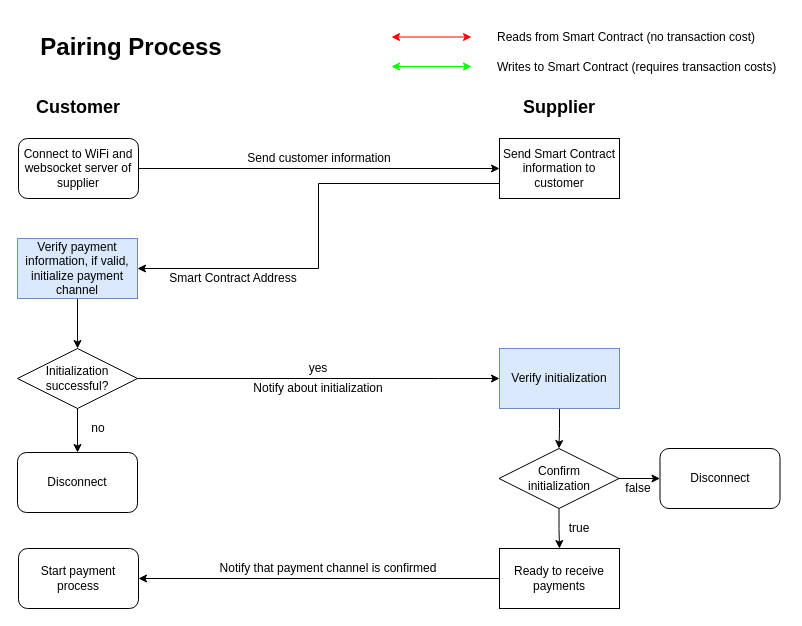
The draw.io diagram page "pairing_process" (1 of 4) of flowcharts/Plug-Socket.drawio in gretzke/Blockchain-Based-Smart-Outlet, before the edit. Source tidied: cells renumbered, new cells numbered last; positions are measured from the earlier drawing's top-left corner, leaving out a move shared by most shapes. Both pictures are drawn from the tidied source at 100%, with x=0, y=0 at pixel (17, 27).
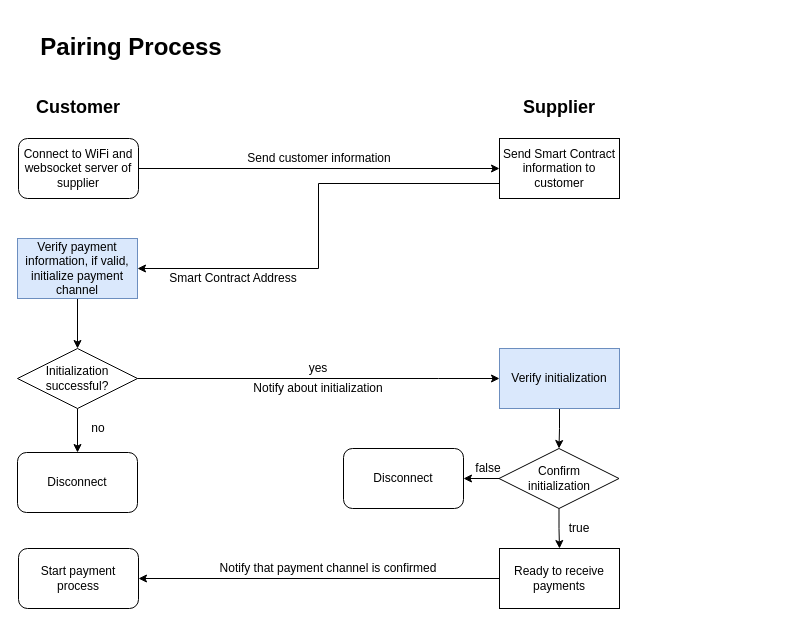
Above is the later version.

Unchanged cells that the change refers to:
```xml
<mxCell id="18" value="Confirm&lt;br&gt;initialization" style="rhombus;whiteSpace=wrap;html=1;" parent="1" vertex="1">
  <mxGeometry x="481.5" y="421" width="120" height="60" as="geometry" />
</mxCell>
<mxCell id="24" value="Ready to receive payments" style="rounded=0;whiteSpace=wrap;html=1;" parent="1" vertex="1">
  <mxGeometry x="482" y="521" width="120" height="60" as="geometry" />
</mxCell>
```

The edit, as a diff of the source:
```diff
@@
+    <mxCell id="17" style="edgeStyle=orthogonalEdgeStyle;rounded=0;jettySize=auto;html=1;" parent="1" edge="1" source="18" target="24">
+      <mxGeometry relative="1" as="geometry" />
+    </mxCell>
-    <mxCell id="16" style="edgeStyle=orthogonalEdgeStyle;rounded=0;jettySize=auto;html=1;exitX=1;exitY=0.5;exitDx=0;exitDy=0;entryX=0;entryY=0.5;entryDx=0;entryDy=0;" parent="1" edge="1" source="18" target="20">
+    <mxCell id="16" style="edgeStyle=orthogonalEdgeStyle;rounded=0;jettySize=auto;html=1;exitX=0;exitY=0.5;exitDx=0;exitDy=0;entryX=1;entryY=0.5;entryDx=0;entryDy=0;" parent="1" edge="1" source="18" target="20">
       <mxGeometry relative="1" as="geometry" />
     </mxCell>
-    <mxCell id="17" style="edgeStyle=orthogonalEdgeStyle;rounded=0;jettySize=auto;html=1;" parent="1" edge="1" source="18" target="24">
-      <mxGeometry relative="1" as="geometry" />
-    </mxCell>
@@
     <mxCell id="20" value="Disconnect" style="rounded=1;whiteSpace=wrap;html=1;" parent="1" vertex="1">
-      <mxGeometry x="642.5" y="421" width="120" height="60" as="geometry" />
+      <mxGeometry x="326" y="421" width="120" height="60" as="geometry" />
     </mxCell>
     <mxCell id="21" value="false&lt;br&gt;" style="text;html=1;strokeColor=none;fillColor=none;align=center;verticalAlign=middle;whiteSpace=wrap;rounded=0;" parent="1" vertex="1">
-      <mxGeometry x="601" y="451" width="40" height="20" as="geometry" />
+      <mxGeometry x="451" y="431" width="40" height="20" as="geometry" />
     </mxCell>
@@
-    <mxCell id="30" style="endArrow=classic;startArrow=classic;html=1;strokeColor=#FF0000;" parent="1" edge="1">
-      <mxGeometry relative="1" as="geometry">
-        <mxPoint x="374" y="9.5" as="sourcePoint" />
-        <mxPoint x="454" y="9.5" as="targetPoint" />
-      </mxGeometry>
-    </mxCell>
-    <mxCell id="31" style="endArrow=classic;startArrow=classic;html=1;strokeColor=#00FF00;" parent="1" edge="1">
-      <mxGeometry relative="1" as="geometry">
-        <mxPoint x="374" y="39" as="sourcePoint" />
-        <mxPoint x="454" y="39" as="targetPoint" />
-      </mxGeometry>
-    </mxCell>
-    <mxCell id="32" value="&lt;span&gt;Reads from Smart Contract (no transaction cost)&lt;/span&gt;" style="text;html=1;align=left;verticalAlign=top;spacingTop=-4;" parent="1" vertex="1">
-      <mxGeometry x="477.5" width="270" height="20" as="geometry" />
-    </mxCell>
-    <mxCell id="33" value="&lt;span&gt;Writes to Smart Contract (requires transaction costs)&lt;/span&gt;" style="text;html=1;align=left;verticalAlign=top;spacingTop=-4;" parent="1" vertex="1">
-      <mxGeometry x="477.5" y="30" width="290" height="20" as="geometry" />
-    </mxCell>
```
